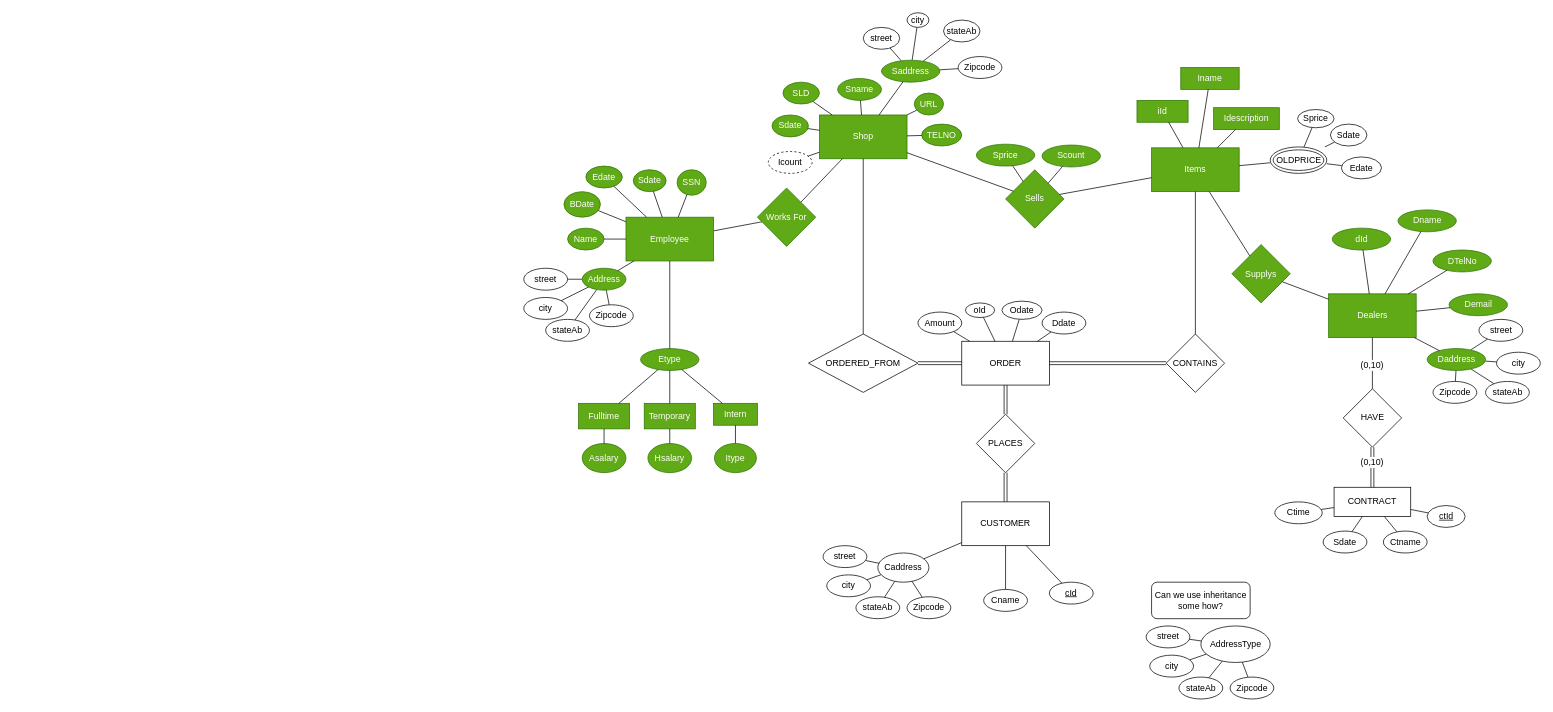
Earlier version of the draw.io diagram EER_Diagram.drawio (n1ck007/cse3330_project). Source tidied: cells renumbered, new cells numbered last; positions are measured from the earlier drawing's top-left corner, leaving out a move shared by most shapes. Both pictures are drawn from the tidied source at 73%, with x=0, y=0 at pixel (523, 12).
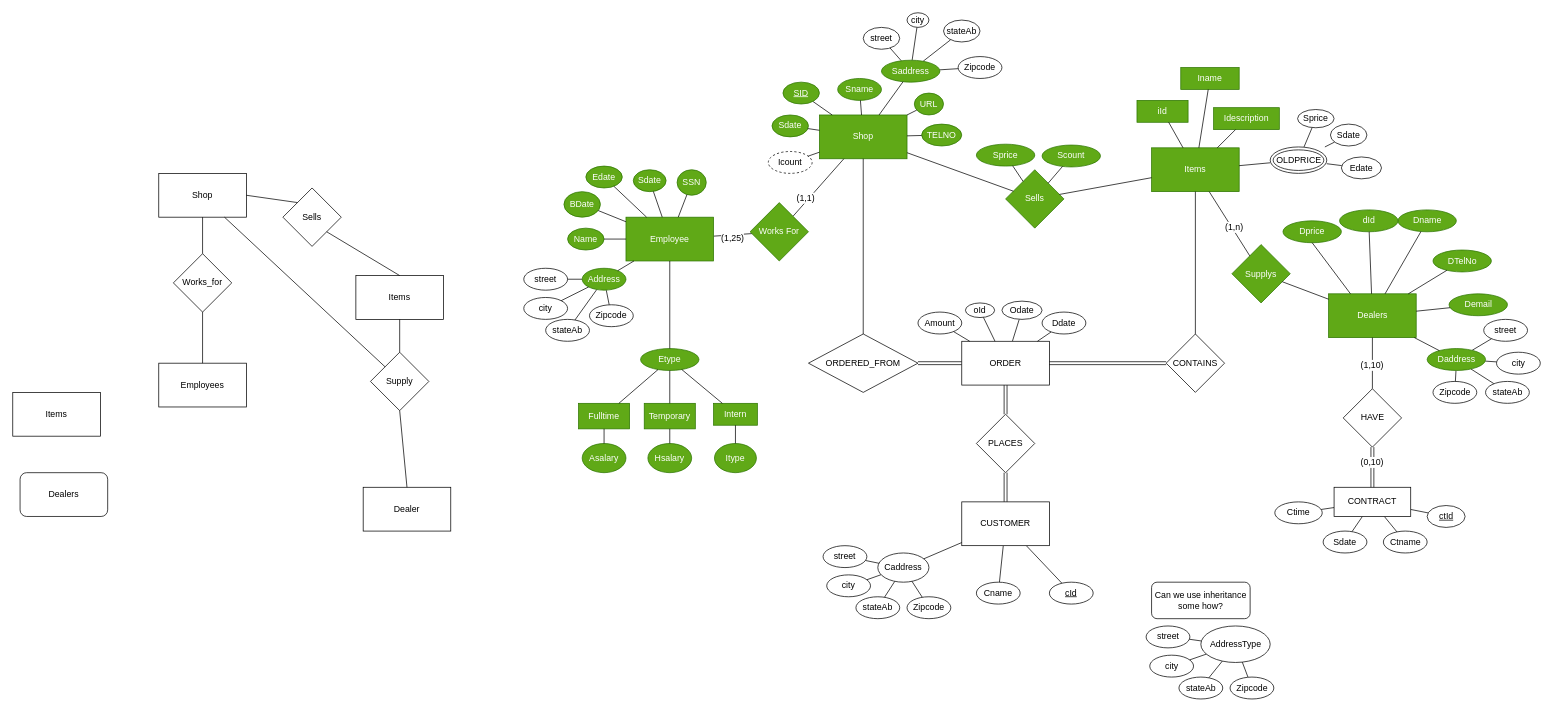
After the change.

Commit message:
Updated over discord call

The change refers to these unchanged cells:
```xml
<mxCell id="44" value="Dealers" style="rounded=0;whiteSpace=wrap;html=1;fillColor=#60a917;fontColor=#ffffff;strokeColor=#2D7600;" parent="1" vertex="1">
  <mxGeometry x="1102.5" y="385" width="120" height="60" as="geometry" />
</mxCell>
<mxCell id="137" style="edgeStyle=none;rounded=0;jettySize=auto;html=1;fontFamily=Helvetica;fontSize=12;fontColor=default;endArrow=none;endFill=0;" parent="1" edge="1" source="139" target="44">
  <mxGeometry relative="1" as="geometry" />
</mxCell>
```

The edit, as a diff of the source:
```diff
@@
-    <mxCell id="4" value="SLD" style="ellipse;whiteSpace=wrap;html=1;fillColor=#60a917;fontColor=#ffffff;strokeColor=#2D7600;" parent="1" vertex="1">
+    <mxCell id="4" value="&lt;u&gt;SID&lt;/u&gt;" style="ellipse;whiteSpace=wrap;html=1;fillColor=#60a917;fontColor=#ffffff;strokeColor=#2D7600;" parent="1" vertex="1">
       <mxGeometry x="355" y="95" width="50" height="30" as="geometry" />
     </mxCell>
@@
     <mxCell id="37" value="Works For" style="rhombus;whiteSpace=wrap;html=1;fillColor=#60a917;fontColor=#ffffff;strokeColor=#2D7600;" parent="1" vertex="1">
-      <mxGeometry x="320" y="240" width="80" height="80" as="geometry" />
+      <mxGeometry x="310" y="260" width="80" height="80" as="geometry" />
     </mxCell>
@@
     <mxCell id="63" value="dId" style="ellipse;whiteSpace=wrap;html=1;fillColor=#60a917;fontColor=#ffffff;strokeColor=#2D7600;" parent="1" vertex="1">
-      <mxGeometry x="1107.5" y="295" width="80" height="30" as="geometry" />
+      <mxGeometry x="1117.5" y="270" width="80" height="30" as="geometry" />
     </mxCell>
@@
     <mxCell id="101" value="street" style="ellipse;whiteSpace=wrap;html=1;strokeColor=default;align=center;verticalAlign=middle;fontFamily=Helvetica;fontSize=12;fontColor=default;fillColor=default;" parent="1" vertex="1">
-      <mxGeometry x="1308.5" y="420" width="60" height="30" as="geometry" />
+      <mxGeometry x="1315" y="420" width="60" height="30" as="geometry" />
     </mxCell>
@@
     <mxCell id="122" value="Cname" style="ellipse;whiteSpace=wrap;html=1;strokeColor=default;align=center;verticalAlign=middle;fontFamily=Helvetica;fontSize=12;fontColor=default;fillColor=default;" parent="1" vertex="1">
-      <mxGeometry x="630" y="790" width="60" height="30" as="geometry" />
+      <mxGeometry x="620" y="780" width="60" height="30" as="geometry" />
     </mxCell>
@@
-    <mxCell id="138" value="(0,10)" style="edgeLabel;html=1;align=center;verticalAlign=middle;fontSize=12;fontFamily=Helvetica;fontColor=default;" parent="137" vertex="1">
+    <mxCell id="138" value="(1,10)" style="edgeLabel;html=1;align=center;verticalAlign=middle;fontSize=12;fontFamily=Helvetica;fontColor=default;" parent="137" vertex="1">
       <mxGeometry x="-0.07" y="1" relative="1" as="geometry" />
     </mxCell>
@@
+    <mxCell id="164" value="(1,1)" style="edgeLabel;html=1;align=center;verticalAlign=middle;fontSize=12;fontFamily=Helvetica;fontColor=default;" parent="1" vertex="1">
+      <mxGeometry x="370" y="245" as="geometry">
+        <mxPoint x="15" y="8" as="offset" />
+      </mxGeometry>
+    </mxCell>
+    <mxCell id="165" value="(1,25)" style="edgeLabel;html=1;align=center;verticalAlign=middle;fontSize=12;fontFamily=Helvetica;fontColor=default;" parent="1" vertex="1">
+      <mxGeometry x="270" y="300" as="geometry">
+        <mxPoint x="15" y="8" as="offset" />
+      </mxGeometry>
+    </mxCell>
+    <mxCell id="166" value="(1,n)" style="edgeLabel;html=1;align=center;verticalAlign=middle;fontSize=12;fontFamily=Helvetica;fontColor=default;" parent="1" vertex="1">
+      <mxGeometry x="957.5" y="285" as="geometry">
+        <mxPoint x="15" y="8" as="offset" />
+      </mxGeometry>
+    </mxCell>
+    <mxCell id="167" value="Dprice" style="ellipse;whiteSpace=wrap;html=1;fillColor=#60a917;fontColor=#ffffff;strokeColor=#2D7600;" parent="1" vertex="1">
+      <mxGeometry x="1040" y="285" width="80" height="30" as="geometry" />
+    </mxCell>
+    <mxCell id="168" style="endArrow=none;html=1;rounded=0;exitX=0.25;exitY=0;exitDx=0;exitDy=0;entryX=0.5;entryY=1;entryDx=0;entryDy=0;" parent="1" edge="1" source="44" target="167">
+      <mxGeometry relative="1" as="geometry" />
+    </mxCell>
+    <mxCell id="169" value="Shop" style="rounded=0;whiteSpace=wrap;html=1;" parent="1" vertex="1">
+      <mxGeometry x="-500" y="220" width="120" height="60" as="geometry" />
+    </mxCell>
+    <mxCell id="170" value="Works_for" style="rhombus;whiteSpace=wrap;html=1;" parent="1" vertex="1">
+      <mxGeometry x="-480" y="330" width="80" height="80" as="geometry" />
+    </mxCell>
+    <mxCell id="171" value="Employees" style="rounded=0;whiteSpace=wrap;html=1;" parent="1" vertex="1">
+      <mxGeometry x="-500" y="480" width="120" height="60" as="geometry" />
+    </mxCell>
+    <mxCell id="172" style="endArrow=none;html=1;rounded=0;exitX=0.5;exitY=0;exitDx=0;exitDy=0;entryX=0.5;entryY=1;entryDx=0;entryDy=0;" parent="1" edge="1" source="171" target="170">
+      <mxGeometry relative="1" as="geometry" />
+    </mxCell>
+    <mxCell id="173" style="endArrow=none;html=1;rounded=0;" parent="1" edge="1">
+      <mxGeometry relative="1" as="geometry">
+        <mxPoint x="-440" y="330" as="sourcePoint" />
+        <mxPoint x="-440" y="280" as="targetPoint" />
+      </mxGeometry>
+    </mxCell>
+    <mxCell id="174" value="Items" style="rounded=0;whiteSpace=wrap;html=1;" parent="1" vertex="1">
+      <mxGeometry x="-700" y="520" width="120" height="60" as="geometry" />
+    </mxCell>
+    <mxCell id="175" value="Dealers" style="rounded=1;whiteSpace=wrap;html=1;" parent="1" vertex="1">
+      <mxGeometry x="-690" y="630" width="120" height="60" as="geometry" />
+    </mxCell>
+    <mxCell id="176" value="Items" style="rounded=0;whiteSpace=wrap;html=1;" parent="1" vertex="1">
+      <mxGeometry x="-230" y="360" width="120" height="60" as="geometry" />
+    </mxCell>
+    <mxCell id="177" value="Sells" style="rhombus;whiteSpace=wrap;html=1;" parent="1" vertex="1">
+      <mxGeometry x="-330" y="240" width="80" height="80" as="geometry" />
+    </mxCell>
+    <mxCell id="178" style="endArrow=none;html=1;rounded=0;exitX=0.5;exitY=0;exitDx=0;exitDy=0;entryX=1;entryY=1;entryDx=0;entryDy=0;" parent="1" edge="1" source="176" target="177">
+      <mxGeometry relative="1" as="geometry" />
+    </mxCell>
+    <mxCell id="179" style="endArrow=none;html=1;rounded=0;exitX=0;exitY=0;exitDx=0;exitDy=0;entryX=1;entryY=0.5;entryDx=0;entryDy=0;" parent="1" edge="1" source="177" target="169">
+      <mxGeometry relative="1" as="geometry" />
+    </mxCell>
+    <mxCell id="180" value="Dealer" style="rounded=0;whiteSpace=wrap;html=1;" parent="1" vertex="1">
+      <mxGeometry x="-220" y="650" width="120" height="60" as="geometry" />
+    </mxCell>
+    <mxCell id="181" value="Supply" style="rhombus;whiteSpace=wrap;html=1;" parent="1" vertex="1">
+      <mxGeometry x="-210" y="465" width="80" height="80" as="geometry" />
+    </mxCell>
+    <mxCell id="182" style="endArrow=none;html=1;rounded=0;entryX=0.5;entryY=0;entryDx=0;entryDy=0;exitX=0.5;exitY=1;exitDx=0;exitDy=0;" parent="1" edge="1" source="181" target="180">
+      <mxGeometry relative="1" as="geometry" />
+    </mxCell>
+    <mxCell id="183" style="endArrow=none;html=1;rounded=0;exitX=0.5;exitY=1;exitDx=0;exitDy=0;entryX=0.5;entryY=0;entryDx=0;entryDy=0;" parent="1" edge="1" source="176" target="181">
+      <mxGeometry relative="1" as="geometry" />
+    </mxCell>
+    <mxCell id="184" style="endArrow=none;html=1;rounded=0;exitX=0;exitY=0;exitDx=0;exitDy=0;entryX=0.75;entryY=1;entryDx=0;entryDy=0;" parent="1" edge="1" source="181" target="169">
+      <mxGeometry relative="1" as="geometry" />
+    </mxCell>
```
